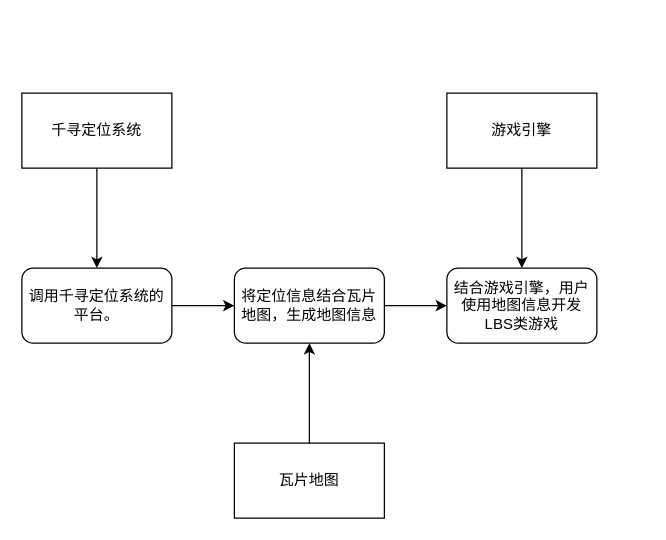
This is 未命名表单.drawio from euphoriaer/MyFPS, a draw.io file, before an edit. Source tidied: cells renumbered, new cells numbered last; positions are measured from the earlier drawing's top-left corner, leaving out a move shared by most shapes. Both pictures are drawn from the tidied source at 125%, with x=0, y=0 at pixel (21, 92).
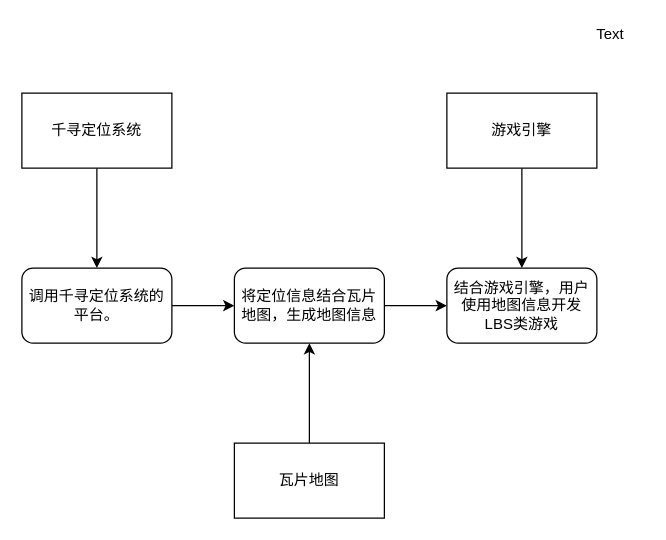
After the change.

Commit message:
千寻LBS结构图.drawio

Change to the diagram source:
```diff
@@
 <mxGraphModel background="#ffffff">
   <root>
     <mxCell id="0" />
     <mxCell id="1" parent="0" />
     <mxCell id="2" style="edgeStyle=orthogonalEdgeStyle;rounded=0;jettySize=auto;html=1;entryX=0.5;entryY=0;entryDx=0;entryDy=0;" parent="1" edge="1" source="3" target="7">
       <mxGeometry relative="1" as="geometry" />
     </mxCell>
     <mxCell id="3" value="千寻定位系统" style="rounded=0;whiteSpace=wrap;html=1;" parent="1" vertex="1">
       <mxGeometry width="120" height="60" as="geometry" />
     </mxCell>
     <mxCell id="4" style="edgeStyle=orthogonalEdgeStyle;rounded=0;jettySize=auto;html=1;entryX=0.5;entryY=1;entryDx=0;entryDy=0;" parent="1" edge="1" source="5" target="9">
       <mxGeometry relative="1" as="geometry" />
     </mxCell>
     <mxCell id="5" value="瓦片地图" style="rounded=0;whiteSpace=wrap;html=1;" parent="1" vertex="1">
       <mxGeometry x="170" y="280" width="120" height="60" as="geometry" />
     </mxCell>
     <mxCell id="6" style="edgeStyle=orthogonalEdgeStyle;rounded=0;jettySize=auto;html=1;entryX=0;entryY=0.5;entryDx=0;entryDy=0;" parent="1" edge="1" source="7" target="9">
       <mxGeometry relative="1" as="geometry" />
     </mxCell>
     <mxCell id="7" value="调用千寻定位系统的平台。" style="rounded=1;whiteSpace=wrap;html=1;" parent="1" vertex="1">
       <mxGeometry y="140" width="120" height="60" as="geometry" />
     </mxCell>
     <mxCell id="8" style="edgeStyle=orthogonalEdgeStyle;rounded=0;jettySize=auto;html=1;entryX=0;entryY=0.5;entryDx=0;entryDy=0;" parent="1" edge="1" source="9" target="10">
       <mxGeometry relative="1" as="geometry" />
     </mxCell>
     <mxCell id="9" value="将定位信息结合瓦片地图，生成地图信息" style="rounded=1;whiteSpace=wrap;html=1;" parent="1" vertex="1">
       <mxGeometry x="170" y="140" width="120" height="60" as="geometry" />
     </mxCell>
     <mxCell id="10" value="结合游戏引擎，用户使用地图信息开发LBS类游戏" style="rounded=1;whiteSpace=wrap;html=1;" parent="1" vertex="1">
       <mxGeometry x="340" y="140" width="120" height="60" as="geometry" />
     </mxCell>
     <mxCell id="11" style="edgeStyle=orthogonalEdgeStyle;rounded=0;jettySize=auto;html=1;entryX=0.5;entryY=0;entryDx=0;entryDy=0;" parent="1" edge="1" source="12" target="10">
       <mxGeometry relative="1" as="geometry" />
     </mxCell>
     <mxCell id="12" value="游戏引擎" style="rounded=0;whiteSpace=wrap;html=1;" parent="1" vertex="1">
       <mxGeometry x="340" width="120" height="60" as="geometry" />
     </mxCell>
+    <mxCell id="13" value="Text" style="text;html=1;align=left;verticalAlign=top;spacingTop=-4;" parent="1" vertex="1">
+      <mxGeometry x="458" y="-57" width="40" height="20" as="geometry" />
+    </mxCell>
   </root>
 </mxGraphModel>
```
